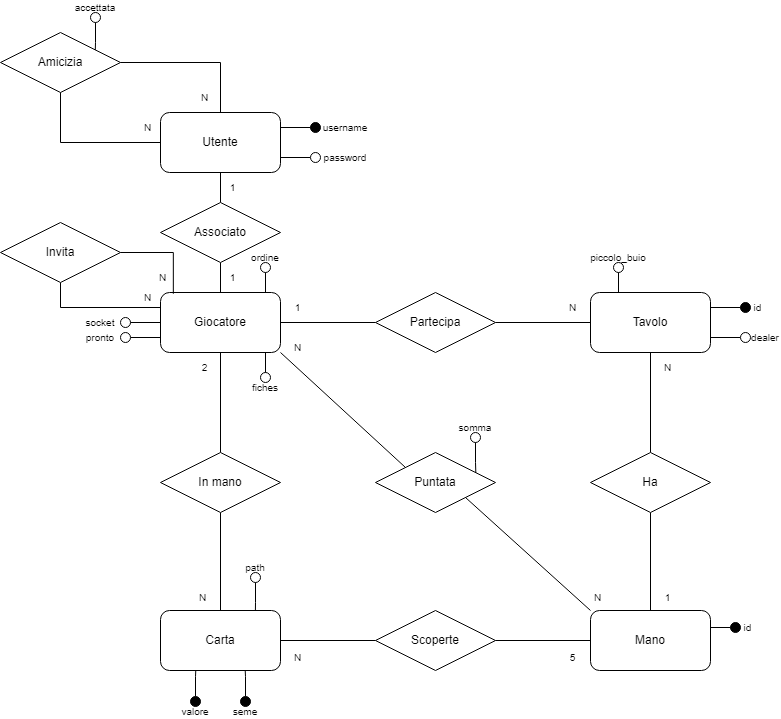
Before: assets/images/documentazione/diagramma_er.png, a diagram exported from draw.io (Emaiarkeiou/Poker). Source tidied: cells renumbered, new cells last; positions are measured from the earlier drawing's top-left corner, leaving out a move shared by most shapes.
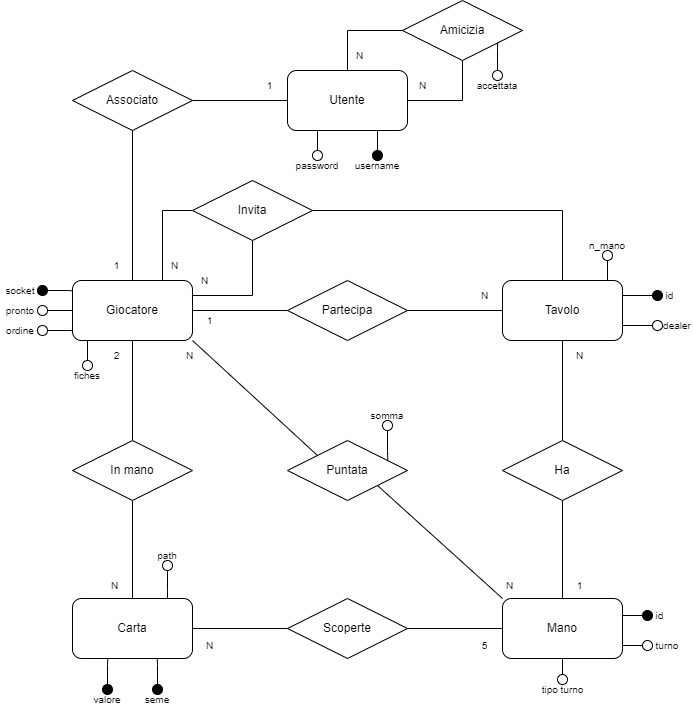
After the change.

Change to the diagram source:
```diff
@@ -5,9 +5,6 @@
     <mxCell id="2" style="edgeStyle=orthogonalEdgeStyle;rounded=0;jettySize=auto;html=1;entryX=0;entryY=0.5;entryDx=0;entryDy=0;endArrow=none;endFill=0;" parent="1" edge="1" source="4" target="7">
       <mxGeometry relative="1" as="geometry" />
     </mxCell>
-    <mxCell id="3" style="edgeStyle=orthogonalEdgeStyle;rounded=0;jettySize=auto;html=1;exitX=0;exitY=0.25;exitDx=0;exitDy=0;entryX=0.5;entryY=1;entryDx=0;entryDy=0;endArrow=none;endFill=0;" parent="1" edge="1" source="4" target="8">
-      <mxGeometry relative="1" as="geometry" />
-    </mxCell>
     <mxCell id="4" value="Giocatore" style="rounded=1;whiteSpace=wrap;html=1;" parent="1" vertex="1">
       <mxGeometry x="160" y="290" width="120" height="60" as="geometry" />
     </mxCell>
@@ -20,11 +17,34 @@
     <mxCell id="7" value="Partecipa" style="rhombus;whiteSpace=wrap;html=1;" parent="1" vertex="1">
       <mxGeometry x="375" y="290" width="120" height="60" as="geometry" />
     </mxCell>
+    <mxCell id="92" style="edgeStyle=orthogonalEdgeStyle;rounded=0;jettySize=auto;html=1;entryX=0.75;entryY=0;entryDx=0;entryDy=0;endArrow=none;endFill=0;" parent="1" edge="1" source="8" target="4">
+      <mxGeometry relative="1" as="geometry">
+        <Array as="points">
+          <mxPoint x="250" y="220" />
+        </Array>
+      </mxGeometry>
+    </mxCell>
+    <mxCell id="93" style="edgeStyle=orthogonalEdgeStyle;rounded=0;jettySize=auto;html=1;entryX=1;entryY=0.25;entryDx=0;entryDy=0;endArrow=none;endFill=0;" parent="1" edge="1" source="8" target="4">
+      <mxGeometry relative="1" as="geometry" />
+    </mxCell>
+    <mxCell id="94" style="edgeStyle=orthogonalEdgeStyle;rounded=0;jettySize=auto;html=1;entryX=0.5;entryY=0;entryDx=0;entryDy=0;endArrow=none;endFill=0;" parent="1" edge="1" source="8" target="5">
+      <mxGeometry relative="1" as="geometry" />
+    </mxCell>
     <mxCell id="8" value="Invita" style="rhombus;whiteSpace=wrap;html=1;" parent="1" vertex="1">
-      <mxGeometry y="220" width="120" height="60" as="geometry" />
+      <mxGeometry x="280" y="190" width="120" height="60" as="geometry" />
     </mxCell>
+    <mxCell id="95" style="edgeStyle=orthogonalEdgeStyle;rounded=0;jettySize=auto;html=1;entryX=0.5;entryY=0;entryDx=0;entryDy=0;endArrow=none;endFill=0;" parent="1" edge="1" source="9" target="59">
+      <mxGeometry relative="1" as="geometry">
+        <Array as="points">
+          <mxPoint x="435" y="40" />
+        </Array>
+      </mxGeometry>
+    </mxCell>
+    <mxCell id="96" style="edgeStyle=orthogonalEdgeStyle;rounded=0;jettySize=auto;html=1;entryX=1;entryY=0.5;entryDx=0;entryDy=0;endArrow=none;endFill=0;" parent="1" edge="1" source="9" target="59">
+      <mxGeometry relative="1" as="geometry" />
+    </mxCell>
     <mxCell id="9" value="Amicizia" style="rhombus;whiteSpace=wrap;html=1;" parent="1" vertex="1">
-      <mxGeometry y="30" width="120" height="60" as="geometry" />
+      <mxGeometry x="490" y="10" width="120" height="60" as="geometry" />
     </mxCell>
     <mxCell id="10" style="edgeStyle=orthogonalEdgeStyle;rounded=0;jettySize=auto;html=1;entryX=1;entryY=0.25;entryDx=0;entryDy=0;endArrow=none;endFill=0;" parent="1" edge="1" source="11" target="5">
       <mxGeometry relative="1" as="geometry" />
@@ -32,23 +52,23 @@
     <mxCell id="11" style="ellipse;whiteSpace=wrap;html=1;fillColor=#000000;" parent="1" vertex="1">
       <mxGeometry x="740" y="300" width="10" height="10" as="geometry" />
     </mxCell>
-    <mxCell id="12" style="edgeStyle=orthogonalEdgeStyle;rounded=0;jettySize=auto;html=1;entryX=1;entryY=0.25;entryDx=0;entryDy=0;endArrow=none;endFill=0;" parent="1" edge="1" source="13" target="59">
+    <mxCell id="12" style="edgeStyle=orthogonalEdgeStyle;rounded=0;jettySize=auto;html=1;entryX=0.75;entryY=1;entryDx=0;entryDy=0;endArrow=none;endFill=0;" parent="1" edge="1" source="13" target="59">
       <mxGeometry relative="1" as="geometry" />
     </mxCell>
     <mxCell id="13" style="ellipse;whiteSpace=wrap;html=1;gradientColor=none;fillColor=#030303;" parent="1" vertex="1">
-      <mxGeometry x="310" y="120" width="10" height="10" as="geometry" />
+      <mxGeometry x="460" y="160" width="10" height="10" as="geometry" />
     </mxCell>
-    <mxCell id="14" style="edgeStyle=orthogonalEdgeStyle;rounded=0;jettySize=auto;html=1;entryX=1;entryY=0.75;entryDx=0;entryDy=0;endArrow=none;endFill=0;" parent="1" edge="1" source="15" target="59">
+    <mxCell id="14" style="edgeStyle=orthogonalEdgeStyle;rounded=0;jettySize=auto;html=1;entryX=0.25;entryY=1;entryDx=0;entryDy=0;endArrow=none;endFill=0;" parent="1" edge="1" source="15" target="59">
       <mxGeometry relative="1" as="geometry" />
     </mxCell>
     <mxCell id="15" style="ellipse;whiteSpace=wrap;html=1;" parent="1" vertex="1">
-      <mxGeometry x="310" y="150" width="10" height="10" as="geometry" />
+      <mxGeometry x="400" y="160" width="10" height="10" as="geometry" />
     </mxCell>
     <mxCell id="16" value="&lt;span style=&quot;font-size: 10px;&quot;&gt;username&lt;/span&gt;" style="text;html=1;align=center;verticalAlign=middle;whiteSpace=wrap;rounded=0;" parent="1" vertex="1">
-      <mxGeometry x="315" y="120" width="60" height="10" as="geometry" />
+      <mxGeometry x="440" y="170" width="50" height="10" as="geometry" />
     </mxCell>
     <mxCell id="17" value="&lt;span style=&quot;font-size: 10px;&quot;&gt;password&lt;/span&gt;" style="text;html=1;align=center;verticalAlign=middle;whiteSpace=wrap;rounded=0;" parent="1" vertex="1">
-      <mxGeometry x="315" y="150" width="60" height="10" as="geometry" />
+      <mxGeometry x="380" y="170" width="50" height="10" as="geometry" />
     </mxCell>
     <mxCell id="18" value="&lt;span style=&quot;font-size: 10px;&quot;&gt;id&lt;/span&gt;" style="text;html=1;align=center;verticalAlign=middle;whiteSpace=wrap;rounded=0;" parent="1" vertex="1">
       <mxGeometry x="750" y="300" width="15" height="10" as="geometry" />
@@ -63,20 +83,17 @@
       <mxGeometry x="750" y="330" width="30" height="10" as="geometry" />
     </mxCell>
     <mxCell id="22" value="&lt;span style=&quot;font-size: 10px;&quot;&gt;1&lt;/span&gt;" style="text;html=1;align=center;verticalAlign=middle;whiteSpace=wrap;rounded=0;" parent="1" vertex="1">
-      <mxGeometry x="290" y="300" width="15" height="10" as="geometry" />
+      <mxGeometry x="290" y="325" width="15" height="10" as="geometry" />
     </mxCell>
     <mxCell id="23" value="&lt;span style=&quot;font-size: 10px;&quot;&gt;N&lt;/span&gt;" style="text;html=1;align=center;verticalAlign=middle;whiteSpace=wrap;rounded=0;" parent="1" vertex="1">
       <mxGeometry x="565" y="300" width="15" height="10" as="geometry" />
     </mxCell>
     <mxCell id="24" value="&lt;span style=&quot;font-size: 10px;&quot;&gt;N&lt;/span&gt;" style="text;html=1;align=center;verticalAlign=middle;whiteSpace=wrap;rounded=0;" parent="1" vertex="1">
-      <mxGeometry x="140" y="290" width="15" height="10" as="geometry" />
+      <mxGeometry x="255" y="270" width="15" height="10" as="geometry" />
     </mxCell>
     <mxCell id="25" value="&lt;span style=&quot;font-size: 10px;&quot;&gt;N&lt;/span&gt;" style="text;html=1;align=center;verticalAlign=middle;whiteSpace=wrap;rounded=0;" parent="1" vertex="1">
-      <mxGeometry x="155" y="270" width="15" height="10" as="geometry" />
+      <mxGeometry x="285" y="285" width="15" height="10" as="geometry" />
     </mxCell>
-    <mxCell id="26" value="Mano" style="rounded=1;whiteSpace=wrap;html=1;" parent="1" vertex="1">
-      <mxGeometry x="590" y="608" width="120" height="60" as="geometry" />
-    </mxCell>
     <mxCell id="27" style="rounded=0;jettySize=auto;html=1;exitX=0;exitY=0;exitDx=0;exitDy=0;entryX=1;entryY=1;entryDx=0;entryDy=0;endArrow=none;endFill=0;" parent="1" edge="1" source="29" target="4">
       <mxGeometry relative="1" as="geometry" />
     </mxCell>
@@ -144,7 +161,7 @@
       <mxGeometry x="195" y="590" width="15" height="10" as="geometry" />
     </mxCell>
     <mxCell id="49" value="&lt;span style=&quot;font-size: 10px;&quot;&gt;N&lt;/span&gt;" style="text;html=1;align=center;verticalAlign=middle;whiteSpace=wrap;rounded=0;" parent="1" vertex="1">
-      <mxGeometry x="290" y="340" width="15" height="10" as="geometry" />
+      <mxGeometry x="270" y="360" width="15" height="10" as="geometry" />
     </mxCell>
     <mxCell id="50" value="&lt;span style=&quot;font-size: 10px;&quot;&gt;N&lt;/span&gt;" style="text;html=1;align=center;verticalAlign=middle;whiteSpace=wrap;rounded=0;" parent="1" vertex="1">
       <mxGeometry x="590" y="590" width="15" height="10" as="geometry" />
@@ -156,10 +173,10 @@
       <mxGeometry x="460" y="420" width="30" height="10" as="geometry" />
     </mxCell>
     <mxCell id="53" style="ellipse;whiteSpace=wrap;html=1;" parent="1" vertex="1">
-      <mxGeometry x="260" y="370" width="10" height="10" as="geometry" />
+      <mxGeometry x="125" y="335" width="10" height="10" as="geometry" />
     </mxCell>
     <mxCell id="54" value="&lt;span style=&quot;font-size: 10px;&quot;&gt;fiches&lt;/span&gt;" style="text;html=1;align=center;verticalAlign=middle;whiteSpace=wrap;rounded=0;" parent="1" vertex="1">
-      <mxGeometry x="250" y="380" width="30" height="10" as="geometry" />
+      <mxGeometry x="160" y="380" width="30" height="10" as="geometry" />
     </mxCell>
     <mxCell id="55" style="ellipse;whiteSpace=wrap;html=1;fillColor=#000000;" parent="1" vertex="1">
       <mxGeometry x="190" y="694" width="10" height="10" as="geometry" />
@@ -174,61 +191,49 @@
       <mxGeometry x="230" y="704" width="30" height="10" as="geometry" />
     </mxCell>
     <mxCell id="59" value="Utente" style="rounded=1;whiteSpace=wrap;html=1;" parent="1" vertex="1">
-      <mxGeometry x="160" y="110" width="120" height="60" as="geometry" />
+      <mxGeometry x="375" y="80" width="120" height="60" as="geometry" />
     </mxCell>
-    <mxCell id="60" style="edgeStyle=orthogonalEdgeStyle;rounded=0;jettySize=auto;html=1;exitX=0.5;exitY=0;exitDx=0;exitDy=0;entryX=1;entryY=0.5;entryDx=0;entryDy=0;endArrow=none;endFill=0;" parent="1" edge="1" source="59" target="9">
-      <mxGeometry relative="1" as="geometry" />
-    </mxCell>
     <mxCell id="61" style="edgeStyle=orthogonalEdgeStyle;rounded=0;jettySize=auto;html=1;entryX=0.5;entryY=0;entryDx=0;entryDy=0;endArrow=none;endFill=0;" parent="1" edge="1" source="63" target="4">
       <mxGeometry relative="1" as="geometry" />
     </mxCell>
-    <mxCell id="62" style="edgeStyle=orthogonalEdgeStyle;rounded=0;jettySize=auto;html=1;entryX=0.5;entryY=1;entryDx=0;entryDy=0;endArrow=none;endFill=0;" parent="1" edge="1" source="63" target="59">
+    <mxCell id="62" style="edgeStyle=orthogonalEdgeStyle;rounded=0;jettySize=auto;html=1;entryX=0;entryY=0.5;entryDx=0;entryDy=0;endArrow=none;endFill=0;" parent="1" edge="1" source="63" target="59">
       <mxGeometry relative="1" as="geometry" />
     </mxCell>
     <mxCell id="63" value="Associato" style="rhombus;whiteSpace=wrap;html=1;" parent="1" vertex="1">
-      <mxGeometry x="160" y="200" width="120" height="60" as="geometry" />
+      <mxGeometry x="160" y="80" width="120" height="60" as="geometry" />
     </mxCell>
-    <mxCell id="64" style="edgeStyle=orthogonalEdgeStyle;rounded=0;jettySize=auto;html=1;exitX=0;exitY=0.5;exitDx=0;exitDy=0;entryX=0.5;entryY=1;entryDx=0;entryDy=0;endArrow=none;endFill=0;" parent="1" edge="1" source="59" target="9">
-      <mxGeometry relative="1" as="geometry" />
-    </mxCell>
     <mxCell id="65" value="&lt;span style=&quot;font-size: 10px;&quot;&gt;1&lt;/span&gt;" style="text;html=1;align=center;verticalAlign=middle;whiteSpace=wrap;rounded=0;" parent="1" vertex="1">
-      <mxGeometry x="225" y="270" width="15" height="10" as="geometry" />
+      <mxGeometry x="197" y="270" width="15" height="10" as="geometry" />
     </mxCell>
     <mxCell id="66" value="&lt;span style=&quot;font-size: 10px;&quot;&gt;1&lt;/span&gt;" style="text;html=1;align=center;verticalAlign=middle;whiteSpace=wrap;rounded=0;" parent="1" vertex="1">
-      <mxGeometry x="225" y="180" width="15" height="10" as="geometry" />
+      <mxGeometry x="350" y="90" width="15" height="10" as="geometry" />
     </mxCell>
     <mxCell id="67" style="ellipse;whiteSpace=wrap;html=1;" parent="1" vertex="1">
-      <mxGeometry x="90" y="10" width="10" height="10" as="geometry" />
+      <mxGeometry x="580" y="80" width="10" height="10" as="geometry" />
     </mxCell>
     <mxCell id="68" value="&lt;span style=&quot;font-size: 10px;&quot;&gt;accettata&lt;/span&gt;" style="text;html=1;align=center;verticalAlign=middle;whiteSpace=wrap;rounded=0;" parent="1" vertex="1">
-      <mxGeometry x="65" width="60" height="10" as="geometry" />
+      <mxGeometry x="560" y="90" width="50" height="10" as="geometry" />
     </mxCell>
-    <mxCell id="69" style="edgeStyle=orthogonalEdgeStyle;rounded=0;jettySize=auto;html=1;entryX=0.79;entryY=0.29;entryDx=0;entryDy=0;entryPerimeter=0;endArrow=none;endFill=0;" parent="1" edge="1" source="67" target="9">
-      <mxGeometry relative="1" as="geometry" />
-    </mxCell>
-    <mxCell id="70" style="edgeStyle=orthogonalEdgeStyle;rounded=0;jettySize=auto;html=1;entryX=0;entryY=0.5;entryDx=0;entryDy=0;endArrow=none;endFill=0;" parent="1" edge="1" source="71" target="4">
-      <mxGeometry relative="1" as="geometry" />
-    </mxCell>
-    <mxCell id="71" style="ellipse;whiteSpace=wrap;html=1;gradientColor=none;fillColor=none;" parent="1" vertex="1">
-      <mxGeometry x="120" y="315" width="10" height="10" as="geometry" />
+    <mxCell id="71" style="ellipse;whiteSpace=wrap;html=1;fillColor=#000000;" parent="1" vertex="1">
+      <mxGeometry x="125" y="295" width="10" height="10" as="geometry" />
     </mxCell>
-    <mxCell id="72" style="edgeStyle=orthogonalEdgeStyle;rounded=0;jettySize=auto;html=1;entryX=0;entryY=0.75;entryDx=0;entryDy=0;endArrow=none;endFill=0;" parent="1" edge="1" source="73" target="4">
+    <mxCell id="72" style="edgeStyle=orthogonalEdgeStyle;rounded=0;jettySize=auto;html=1;entryX=0;entryY=0.5;entryDx=0;entryDy=0;endArrow=none;endFill=0;" parent="1" edge="1" source="73" target="4">
       <mxGeometry relative="1" as="geometry" />
     </mxCell>
     <mxCell id="73" style="ellipse;whiteSpace=wrap;html=1;" parent="1" vertex="1">
-      <mxGeometry x="120" y="330" width="10" height="10" as="geometry" />
+      <mxGeometry x="125" y="315" width="10" height="10" as="geometry" />
     </mxCell>
     <mxCell id="74" value="&lt;span style=&quot;font-size: 10px;&quot;&gt;socket&lt;/span&gt;" style="text;html=1;align=center;verticalAlign=middle;whiteSpace=wrap;rounded=0;" parent="1" vertex="1">
-      <mxGeometry x="75" y="315" width="50" height="10" as="geometry" />
+      <mxGeometry x="87.5" y="295" width="40" height="10" as="geometry" />
     </mxCell>
     <mxCell id="75" value="&lt;span style=&quot;font-size: 10px;&quot;&gt;pronto&lt;/span&gt;" style="text;html=1;align=center;verticalAlign=middle;whiteSpace=wrap;rounded=0;" parent="1" vertex="1">
-      <mxGeometry x="75" y="330" width="50" height="10" as="geometry" />
+      <mxGeometry x="87.5" y="315" width="40" height="10" as="geometry" />
     </mxCell>
     <mxCell id="76" value="&lt;span style=&quot;font-size: 10px;&quot;&gt;N&lt;/span&gt;" style="text;html=1;align=center;verticalAlign=middle;whiteSpace=wrap;rounded=0;" parent="1" vertex="1">
-      <mxGeometry x="140" y="120" width="15" height="10" as="geometry" />
+      <mxGeometry x="503" y="90" width="15" height="10" as="geometry" />
     </mxCell>
     <mxCell id="77" value="&lt;span style=&quot;font-size: 10px;&quot;&gt;N&lt;/span&gt;" style="text;html=1;align=center;verticalAlign=middle;whiteSpace=wrap;rounded=0;" parent="1" vertex="1">
-      <mxGeometry x="197" y="90" width="15" height="10" as="geometry" />
+      <mxGeometry x="440" y="60" width="15" height="10" as="geometry" />
     </mxCell>
     <mxCell id="78" style="ellipse;whiteSpace=wrap;html=1;" parent="1" vertex="1">
       <mxGeometry x="250" y="570" width="10" height="10" as="geometry" />
@@ -236,30 +241,15 @@
     <mxCell id="79" value="&lt;span style=&quot;font-size: 10px;&quot;&gt;path&lt;/span&gt;" style="text;html=1;align=center;verticalAlign=middle;whiteSpace=wrap;rounded=0;" parent="1" vertex="1">
       <mxGeometry x="240" y="560" width="30" height="10" as="geometry" />
     </mxCell>
-    <mxCell id="80" style="edgeStyle=orthogonalEdgeStyle;rounded=0;jettySize=auto;html=1;entryX=0.872;entryY=1.009;entryDx=0;entryDy=0;entryPerimeter=0;endArrow=none;endFill=0;" parent="1" edge="1" source="53" target="4">
-      <mxGeometry relative="1" as="geometry" />
-    </mxCell>
     <mxCell id="81" style="ellipse;whiteSpace=wrap;html=1;" parent="1" vertex="1">
-      <mxGeometry x="613" y="260" width="10" height="10" as="geometry" />
+      <mxGeometry x="690" y="260" width="10" height="10" as="geometry" />
     </mxCell>
-    <mxCell id="82" value="&lt;span style=&quot;font-size: 10px;&quot;&gt;piccolo_buio&lt;/span&gt;" style="text;html=1;align=center;verticalAlign=middle;whiteSpace=wrap;rounded=0;" parent="1" vertex="1">
-      <mxGeometry x="603" y="250" width="30" height="10" as="geometry" />
+    <mxCell id="82" value="&lt;span style=&quot;font-size: 10px;&quot;&gt;n_mano&lt;/span&gt;" style="text;html=1;align=center;verticalAlign=middle;whiteSpace=wrap;rounded=0;" parent="1" vertex="1">
+      <mxGeometry x="670" y="250" width="50" height="10" as="geometry" />
     </mxCell>
-    <mxCell id="83" style="edgeStyle=orthogonalEdgeStyle;rounded=0;jettySize=auto;html=1;entryX=0.229;entryY=0.005;entryDx=0;entryDy=0;entryPerimeter=0;endArrow=none;endFill=0;" parent="1" edge="1" source="81" target="5">
-      <mxGeometry relative="1" as="geometry" />
-    </mxCell>
     <mxCell id="84" style="ellipse;whiteSpace=wrap;html=1;" parent="1" vertex="1">
-      <mxGeometry x="260" y="260" width="10" height="10" as="geometry" />
+      <mxGeometry x="170" y="370" width="10" height="10" as="geometry" />
     </mxCell>
-    <mxCell id="85" style="edgeStyle=orthogonalEdgeStyle;rounded=0;jettySize=auto;html=1;entryX=0.878;entryY=-0.005;entryDx=0;entryDy=0;entryPerimeter=0;endArrow=none;endFill=0;" parent="1" edge="1" source="84" target="4">
-      <mxGeometry relative="1" as="geometry" />
-    </mxCell>
-    <mxCell id="86" value="&lt;span style=&quot;font-size: 10px;&quot;&gt;ordine&lt;/span&gt;" style="text;html=1;align=center;verticalAlign=middle;whiteSpace=wrap;rounded=0;" parent="1" vertex="1">
-      <mxGeometry x="235" y="250" width="60" height="10" as="geometry" />
-    </mxCell>
-    <mxCell id="87" style="edgeStyle=orthogonalEdgeStyle;rounded=0;jettySize=auto;html=1;entryX=0.107;entryY=0.021;entryDx=0;entryDy=0;entryPerimeter=0;endArrow=none;endFill=0;" parent="1" edge="1" source="8" target="4">
-      <mxGeometry relative="1" as="geometry" />
-    </mxCell>
     <mxCell id="88" style="edgeStyle=orthogonalEdgeStyle;rounded=0;jettySize=auto;html=1;entryX=0.294;entryY=0.998;entryDx=0;entryDy=0;entryPerimeter=0;endArrow=none;endFill=0;" parent="1" edge="1" source="55" target="37">
       <mxGeometry relative="1" as="geometry" />
     </mxCell>
@@ -272,5 +262,44 @@
     <mxCell id="91" style="edgeStyle=orthogonalEdgeStyle;rounded=0;jettySize=auto;html=1;entryX=0.836;entryY=0.339;entryDx=0;entryDy=0;entryPerimeter=0;endArrow=none;endFill=0;" parent="1" edge="1" source="51" target="29">
       <mxGeometry relative="1" as="geometry" />
     </mxCell>
+    <mxCell id="86" value="&lt;span style=&quot;font-size: 10px;&quot;&gt;ordine&lt;/span&gt;" style="text;html=1;align=center;verticalAlign=middle;whiteSpace=wrap;rounded=0;" parent="1" vertex="1">
+      <mxGeometry x="92.5" y="335" width="30" height="10" as="geometry" />
+    </mxCell>
+    <mxCell id="70" style="edgeStyle=orthogonalEdgeStyle;rounded=0;jettySize=auto;html=1;entryX=-0.004;entryY=0.172;entryDx=0;entryDy=0;entryPerimeter=0;endArrow=none;endFill=0;" parent="1" edge="1" source="71" target="4">
+      <mxGeometry relative="1" as="geometry" />
+    </mxCell>
+    <mxCell id="80" style="edgeStyle=orthogonalEdgeStyle;rounded=0;jettySize=auto;html=1;entryX=0;entryY=0.835;entryDx=0;entryDy=0;entryPerimeter=0;endArrow=none;endFill=0;" parent="1" edge="1" source="53" target="4">
+      <mxGeometry relative="1" as="geometry" />
+    </mxCell>
+    <mxCell id="85" style="edgeStyle=orthogonalEdgeStyle;rounded=0;jettySize=auto;html=1;entryX=0.128;entryY=1.005;entryDx=0;entryDy=0;entryPerimeter=0;endArrow=none;endFill=0;" parent="1" edge="1" source="84" target="4">
+      <mxGeometry relative="1" as="geometry" />
+    </mxCell>
+    <mxCell id="83" style="edgeStyle=orthogonalEdgeStyle;rounded=0;jettySize=auto;html=1;entryX=0.883;entryY=-0.008;entryDx=0;entryDy=0;entryPerimeter=0;endArrow=none;endFill=0;" parent="1" edge="1" source="81" target="5">
+      <mxGeometry relative="1" as="geometry" />
+    </mxCell>
+    <mxCell id="97" style="ellipse;whiteSpace=wrap;html=1;" parent="1" vertex="1">
+      <mxGeometry x="730" y="650" width="10" height="10" as="geometry" />
+    </mxCell>
+    <mxCell id="98" value="&lt;span style=&quot;font-size: 10px;&quot;&gt;turno&lt;/span&gt;" style="text;html=1;align=center;verticalAlign=middle;whiteSpace=wrap;rounded=0;" parent="1" vertex="1">
+      <mxGeometry x="740" y="650" width="30" height="10" as="geometry" />
+    </mxCell>
+    <mxCell id="99" style="edgeStyle=orthogonalEdgeStyle;rounded=0;jettySize=auto;html=1;entryX=0.998;entryY=0.785;entryDx=0;entryDy=0;entryPerimeter=0;endArrow=none;endFill=0;" parent="1" edge="1" source="97" target="26">
+      <mxGeometry relative="1" as="geometry" />
+    </mxCell>
+    <mxCell id="69" style="edgeStyle=orthogonalEdgeStyle;rounded=0;jettySize=auto;html=1;entryX=0.793;entryY=0.708;entryDx=0;entryDy=0;entryPerimeter=0;endArrow=none;endFill=0;" parent="1" edge="1" source="67" target="9">
+      <mxGeometry relative="1" as="geometry" />
+    </mxCell>
+    <mxCell id="100" style="edgeStyle=orthogonalEdgeStyle;rounded=0;jettySize=auto;html=1;entryX=0.5;entryY=1;entryDx=0;entryDy=0;endArrow=none;endFill=0;" parent="1" edge="1" source="101" target="26">
+      <mxGeometry relative="1" as="geometry" />
+    </mxCell>
+    <mxCell id="101" style="ellipse;whiteSpace=wrap;html=1;" parent="1" vertex="1">
+      <mxGeometry x="645" y="684" width="10" height="10" as="geometry" />
+    </mxCell>
+    <mxCell id="102" value="&lt;span style=&quot;font-size: 10px;&quot;&gt;tipo turno&lt;/span&gt;" style="text;html=1;align=center;verticalAlign=middle;whiteSpace=wrap;rounded=0;" parent="1" vertex="1">
+      <mxGeometry x="607.5" y="694" width="85" height="10" as="geometry" />
+    </mxCell>
+    <mxCell id="26" value="Mano" style="rounded=1;whiteSpace=wrap;html=1;" parent="1" vertex="1">
+      <mxGeometry x="590" y="608" width="120" height="60" as="geometry" />
+    </mxCell>
   </root>
 </mxGraphModel>
```
